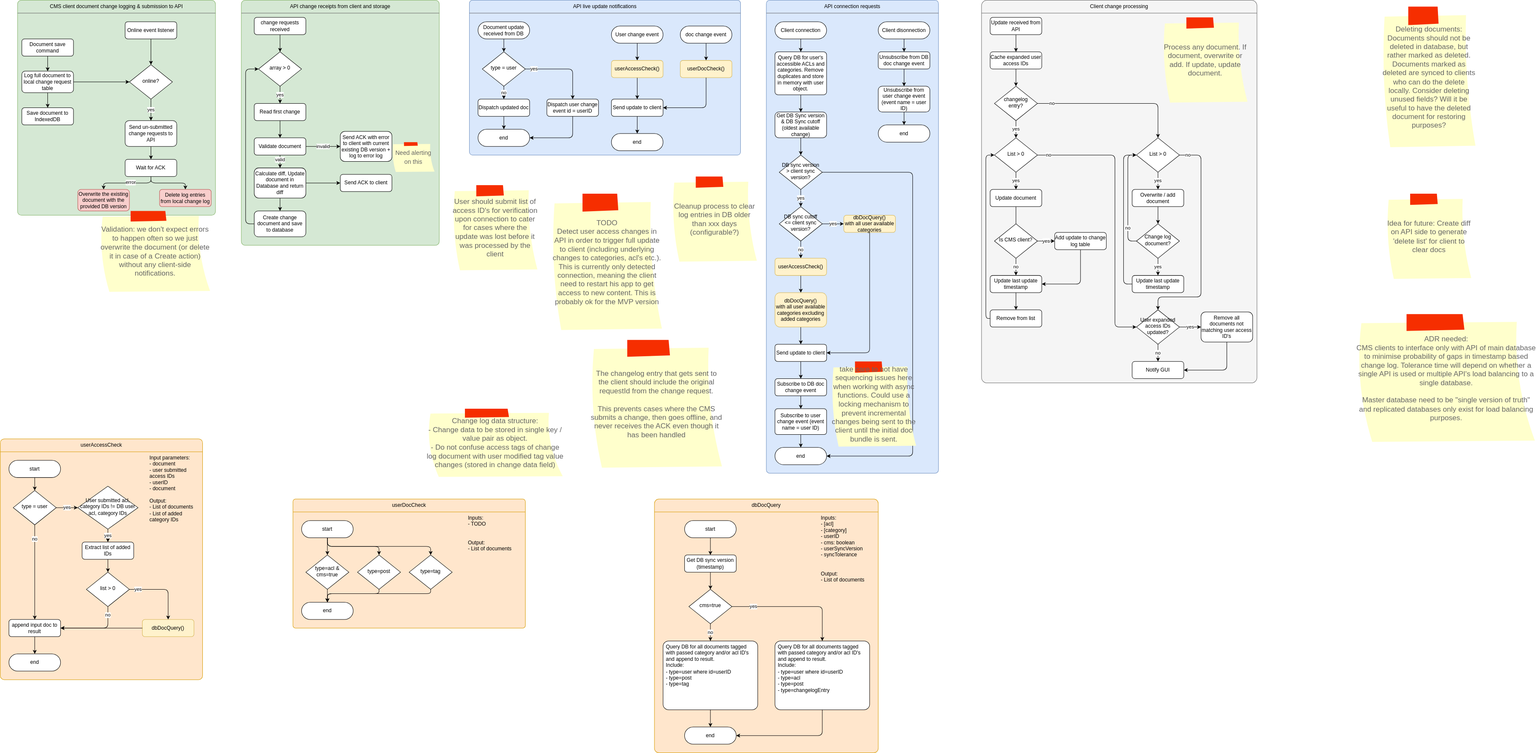
Above: docs/sync.drawio.svg in bccsa/luminary (draw.io), before the change. Source tidied: cells renumbered, new cells last; positions are measured from the earlier drawing's top-left corner, leaving out a move shared by most shapes.
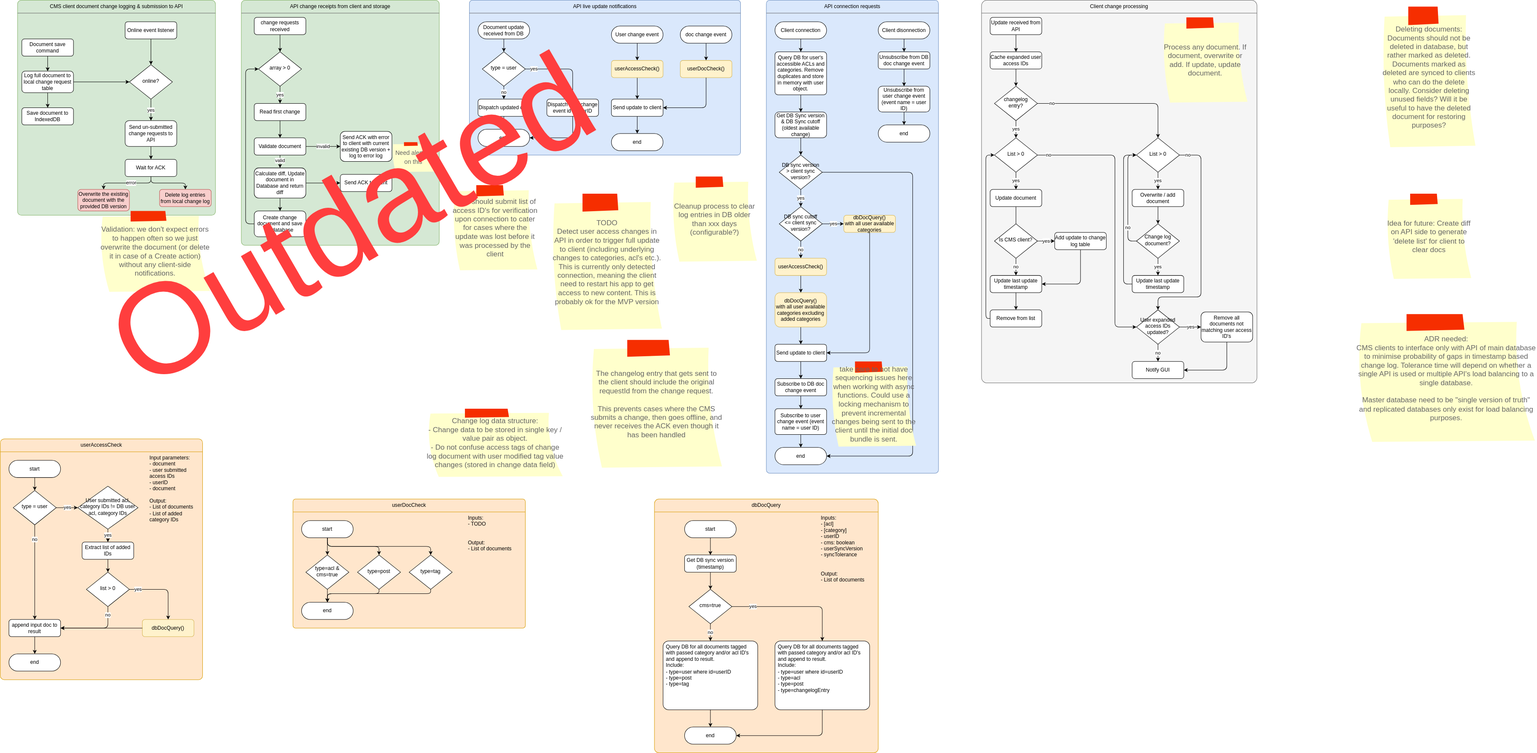
The same diagram one commit later.

What changed in the source:
```diff
@@ -672,5 +672,8 @@
     <mxCell id="206" value="The changelog entry that gets sent to the client should include the original requestId from the change request.&lt;br&gt;&lt;br&gt;This prevents cases where the CMS submits a change, then goes offline, and never receives the ACK even though it has been handled" style="strokeWidth=1;shadow=0;dashed=0;align=center;html=1;shape=mxgraph.mockup.text.stickyNote2;fontColor=#666666;mainText=;fontSize=17;whiteSpace=wrap;fillColor=#ffffcc;strokeColor=#F62E00;" parent="1" vertex="1">
       <mxGeometry x="1370" y="790" width="310" height="300" as="geometry" />
     </mxCell>
+    <mxCell id="207" value="Outdated" style="text;html=1;strokeColor=none;fillColor=none;align=center;verticalAlign=middle;whiteSpace=wrap;rounded=0;fontColor=#FF3E3E;fontSize=300;rotation=-30;" parent="1" vertex="1">
+      <mxGeometry x="180" y="362.5" width="1270" height="295" as="geometry" />
+    </mxCell>
   </root>
 </mxGraphModel>
```
